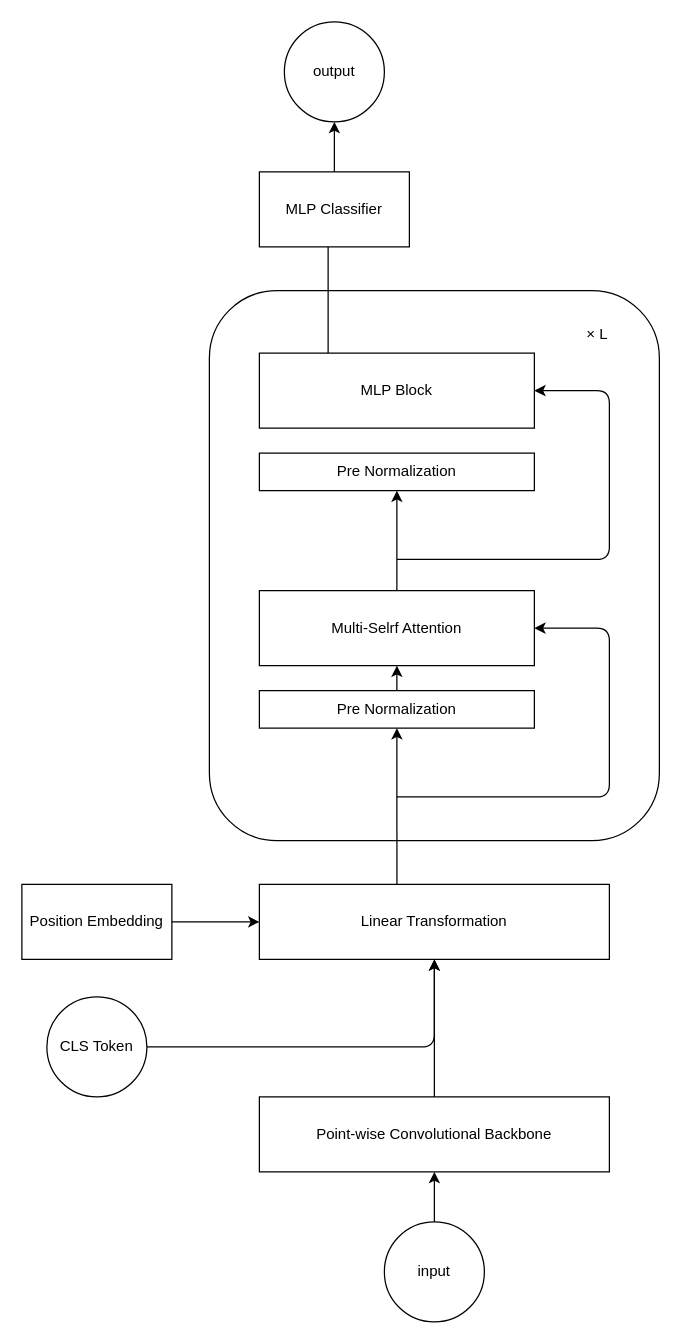
The draw.io diagram convbbt.dio in rakawanegan/humanactivityrecognition_portfolio, before the edit. Source tidied: cells renumbered, new cells numbered last; positions are measured from the earlier drawing's top-left corner, leaving out a move shared by most shapes. Both pictures are drawn from the tidied source at 125%, with x=0, y=0 at pixel (21, 21).
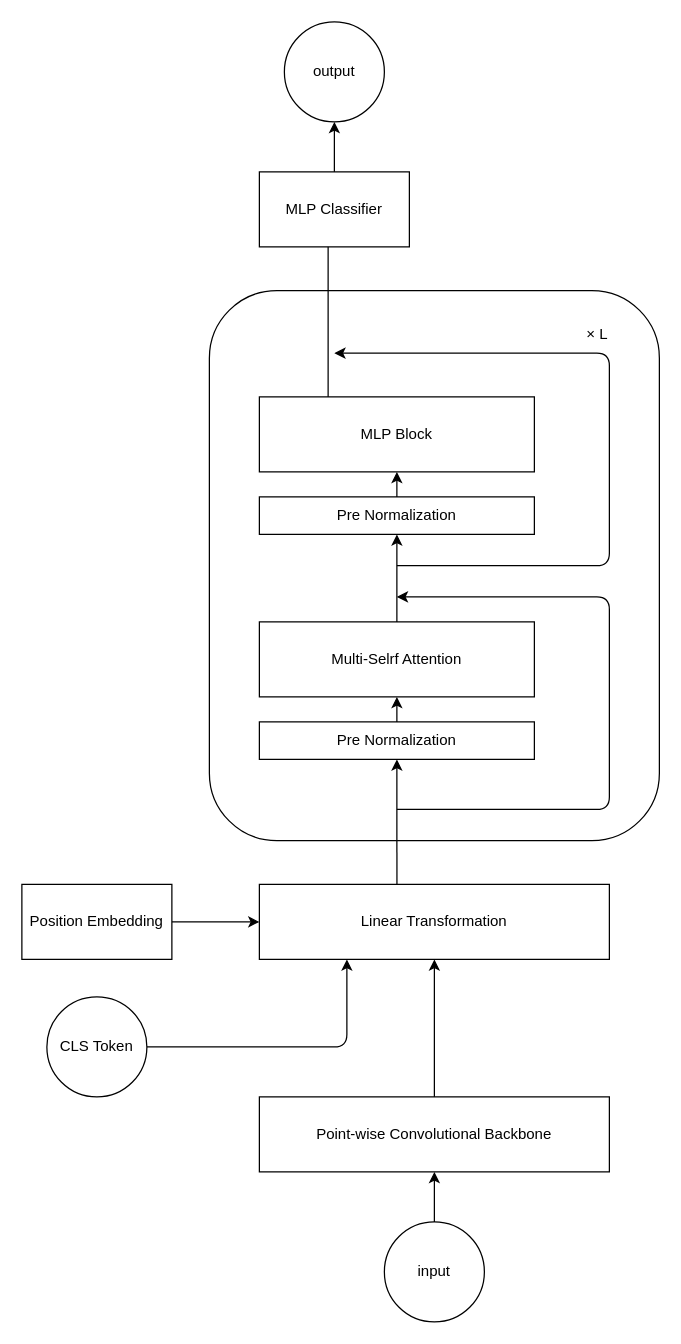
After the change.

The change refers to these unchanged cells:
```xml
<mxCell id="7" value="Linear Transformation" style="whiteSpace=wrap;html=1;rounded=0;" parent="1" vertex="1">
  <mxGeometry x="190" y="690" width="280" height="60" as="geometry" />
</mxCell>
<mxCell id="27" value="CLS Token" style="ellipse;whiteSpace=wrap;html=1;rounded=0;" parent="1" vertex="1">
  <mxGeometry x="20" y="780" width="80" height="80" as="geometry" />
</mxCell>
```

The edit, as a diff of the source:
```diff
@@
-    <mxCell id="10" style="edgeStyle=none;html=1;entryX=1;entryY=0.5;entryDx=0;entryDy=0;" parent="1" edge="1" target="13">
+    <mxCell id="10" style="edgeStyle=none;html=1;" parent="1" edge="1">
       <mxGeometry relative="1" as="geometry">
-        <mxPoint x="300" y="620" as="sourcePoint" />
+        <mxPoint x="300" y="630" as="sourcePoint" />
+        <mxPoint x="300" y="460" as="targetPoint" />
         <Array as="points">
-          <mxPoint x="470" y="620" />
-          <mxPoint x="470" y="485" />
+          <mxPoint x="470" y="630" />
+          <mxPoint x="470" y="460" />
         </Array>
       </mxGeometry>
     </mxCell>
     <mxCell id="11" value="Pre Normalization" style="whiteSpace=wrap;html=1;rounded=0;" parent="1" vertex="1">
-      <mxGeometry x="190" y="535" width="220" height="30" as="geometry" />
+      <mxGeometry x="190" y="560" width="220" height="30" as="geometry" />
     </mxCell>
@@
     <mxCell id="13" value="Multi-Selrf Attention" style="whiteSpace=wrap;html=1;rounded=0;" parent="1" vertex="1">
-      <mxGeometry x="190" y="455" width="220" height="60" as="geometry" />
+      <mxGeometry x="190" y="480" width="220" height="60" as="geometry" />
     </mxCell>
@@
-    <mxCell id="17" style="edgeStyle=none;html=1;entryX=1;entryY=0.5;entryDx=0;entryDy=0;" parent="1" edge="1" target="21">
-      <mxGeometry relative="1" as="geometry">
-        <mxPoint x="300" y="430" as="sourcePoint" />
-        <Array as="points">
-          <mxPoint x="470" y="430" />
-          <mxPoint x="470" y="295" />
-        </Array>
-      </mxGeometry>
-    </mxCell>
@@
     <mxCell id="19" value="Pre Normalization" style="whiteSpace=wrap;html=1;rounded=0;" parent="1" vertex="1">
-      <mxGeometry x="190" y="345" width="220" height="30" as="geometry" />
+      <mxGeometry x="190" y="380" width="220" height="30" as="geometry" />
     </mxCell>
@@
+    <mxCell id="28" style="edgeStyle=none;html=1;" parent="1" edge="1" source="19" target="21">
+      <mxGeometry relative="1" as="geometry" />
+    </mxCell>
     <mxCell id="21" value="MLP Block" style="whiteSpace=wrap;html=1;rounded=0;" parent="1" vertex="1">
-      <mxGeometry x="190" y="265" width="220" height="60" as="geometry" />
+      <mxGeometry x="190" y="300" width="220" height="60" as="geometry" />
     </mxCell>
@@
-    <mxCell id="26" style="edgeStyle=none;html=1;entryX=0.5;entryY=1;entryDx=0;entryDy=0;" parent="1" edge="1" source="27" target="7">
+    <mxCell id="26" style="edgeStyle=none;html=1;entryX=0.25;entryY=1;entryDx=0;entryDy=0;" parent="1" edge="1" source="27" target="7">
       <mxGeometry relative="1" as="geometry">
         <Array as="points">
-          <mxPoint x="330" y="820" />
+          <mxPoint x="260" y="820" />
         </Array>
       </mxGeometry>
     </mxCell>
@@
+    <mxCell id="29" style="edgeStyle=none;html=1;" parent="1" edge="1">
+      <mxGeometry relative="1" as="geometry">
+        <mxPoint x="300" y="435" as="sourcePoint" />
+        <mxPoint x="250" y="265" as="targetPoint" />
+        <Array as="points">
+          <mxPoint x="470" y="435" />
+          <mxPoint x="470" y="265" />
+        </Array>
+      </mxGeometry>
+    </mxCell>
```
